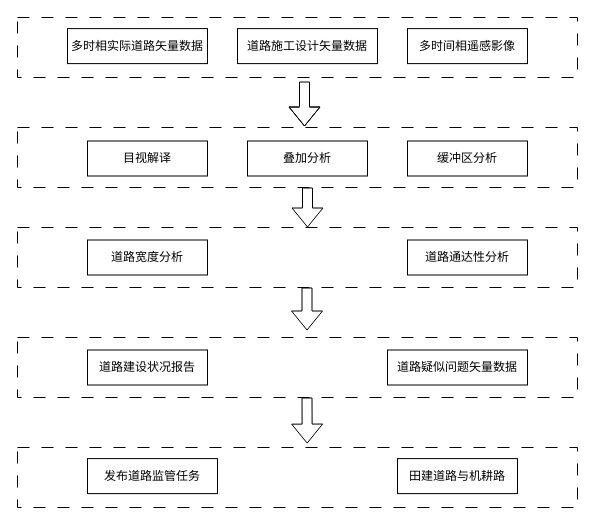
The draw.io diagram 撂荒地.drawio in AhXianGL/draw.io, before the edit. Source tidied: cells renumbered, new cells numbered last; positions are measured from the earlier drawing's top-left corner, leaving out a move shared by most shapes. Both pictures are drawn from the tidied source at 100%, with x=0, y=0 at pixel (17, 17).
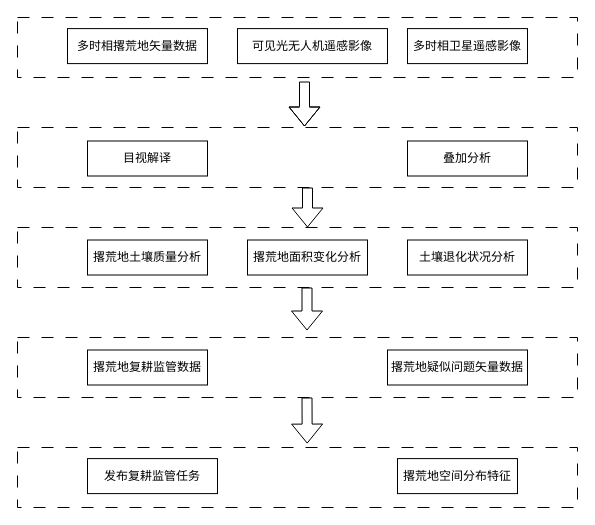
The same diagram, later.

Commit message:
更新撂荒地.drawio

Unchanged cells that the change refers to:
```xml
<mxCell id="7" style="group;" parent="1" vertex="1">
  <mxGeometry y="320" width="560" height="60" as="geometry" />
</mxCell>
<mxCell id="11" style="group;" parent="1" vertex="1">
  <mxGeometry y="430" width="560" height="60" as="geometry" />
</mxCell>
<mxCell id="15" style="group;" parent="1" vertex="1">
  <mxGeometry width="560" height="60" as="geometry" />
</mxCell>
```

The edit, as a diff of the source:
```diff
@@
-    <mxCell id="3" value="道路宽度分析" style="rounded=0;whiteSpace=wrap;html=1;" parent="1" vertex="1">
+    <mxCell id="3" value="撂荒地土壤质量分析" style="rounded=0;whiteSpace=wrap;html=1;" parent="1" vertex="1">
       <mxGeometry x="70" y="222.5" width="120" height="35" as="geometry" />
     </mxCell>
-    <mxCell id="4" value="道路通达性分析" style="rounded=0;whiteSpace=wrap;html=1;" parent="1" vertex="1">
-      <mxGeometry x="390" y="222.5" width="120" height="35" as="geometry" />
+    <mxCell id="4" value="撂荒地面积变化分析" style="rounded=0;whiteSpace=wrap;html=1;" parent="1" vertex="1">
+      <mxGeometry x="230" y="222.5" width="120" height="35" as="geometry" />
     </mxCell>
@@
-    <mxCell id="9" value="道路建设状况报告" style="rounded=0;whiteSpace=wrap;html=1;" parent="7" vertex="1">
+    <mxCell id="9" value="撂荒地复耕监管数据" style="rounded=0;whiteSpace=wrap;html=1;" parent="7" vertex="1">
       <mxGeometry x="70" y="12.5" width="120" height="35" as="geometry" />
     </mxCell>
-    <mxCell id="10" value="道路疑似问题矢量数据" style="rounded=0;whiteSpace=wrap;html=1;" parent="7" vertex="1">
+    <mxCell id="10" value="撂荒地疑似问题矢量数据" style="rounded=0;whiteSpace=wrap;html=1;" parent="7" vertex="1">
       <mxGeometry x="370" y="12.5" width="140" height="35" as="geometry" />
     </mxCell>
@@
-    <mxCell id="13" value="发布道路监管任务" style="rounded=0;whiteSpace=wrap;html=1;" parent="11" vertex="1">
+    <mxCell id="13" value="发布复耕监管任务" style="rounded=0;whiteSpace=wrap;html=1;" parent="11" vertex="1">
       <mxGeometry x="70" y="11.1" width="130" height="35" as="geometry" />
     </mxCell>
-    <mxCell id="14" value="田建道路与机耕路" style="rounded=0;whiteSpace=wrap;html=1;" parent="11" vertex="1">
+    <mxCell id="14" value="撂荒地空间分布特征" style="rounded=0;whiteSpace=wrap;html=1;" parent="11" vertex="1">
       <mxGeometry x="380" y="11.1" width="120" height="35" as="geometry" />
     </mxCell>
@@
-    <mxCell id="17" value="多时间相遥感影像" style="rounded=0;whiteSpace=wrap;html=1;" parent="15" vertex="1">
+    <mxCell id="17" value="多时相卫星遥感影像" style="rounded=0;whiteSpace=wrap;html=1;" parent="15" vertex="1">
       <mxGeometry x="390" y="11.1" width="120" height="35" as="geometry" />
     </mxCell>
-    <mxCell id="18" value="道路施工设计矢量数据" style="rounded=0;whiteSpace=wrap;html=1;" parent="15" vertex="1">
-      <mxGeometry x="220" y="11.1" width="140" height="35" as="geometry" />
+    <mxCell id="18" value="可见光无人机遥感影像" style="rounded=0;whiteSpace=wrap;html=1;" parent="15" vertex="1">
+      <mxGeometry x="220" y="11.1" width="150" height="35" as="geometry" />
     </mxCell>
-    <mxCell id="19" value="多时相实际道路矢量数据" style="rounded=0;whiteSpace=wrap;html=1;" parent="15" vertex="1">
+    <mxCell id="19" value="多时相撂荒地矢量数据" style="rounded=0;whiteSpace=wrap;html=1;" parent="15" vertex="1">
       <mxGeometry x="50" y="11.1" width="140" height="35" as="geometry" />
     </mxCell>
@@
     <mxCell id="23" value="叠加分析" style="rounded=0;whiteSpace=wrap;html=1;" parent="1" vertex="1">
-      <mxGeometry x="230" y="123.5" width="120" height="35" as="geometry" />
+      <mxGeometry x="390" y="123.5" width="120" height="35" as="geometry" />
     </mxCell>
-    <mxCell id="24" value="缓冲区分析" style="rounded=0;whiteSpace=wrap;html=1;" parent="1" vertex="1">
-      <mxGeometry x="390" y="123.5" width="120" height="35" as="geometry" />
-    </mxCell>
@@
+    <mxCell id="26" value="土壤退化状况分析" style="rounded=0;whiteSpace=wrap;html=1;" parent="1" vertex="1">
+      <mxGeometry x="390" y="222.5" width="120" height="35" as="geometry" />
+    </mxCell>
```
